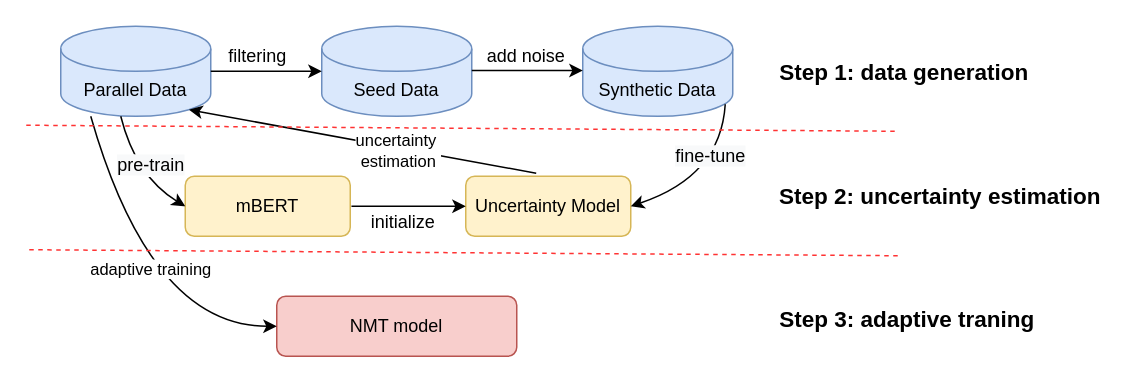
The draw.io diagram uncertaintyNMT.drawio in lizezhonglaile/drawio, before the edit. Source tidied: cells renumbered, new cells numbered last; positions are measured from the earlier drawing's top-left corner, leaving out a move shared by most shapes. Both pictures are drawn from the tidied source at 150%, with x=0, y=0 at pixel (26, 26).
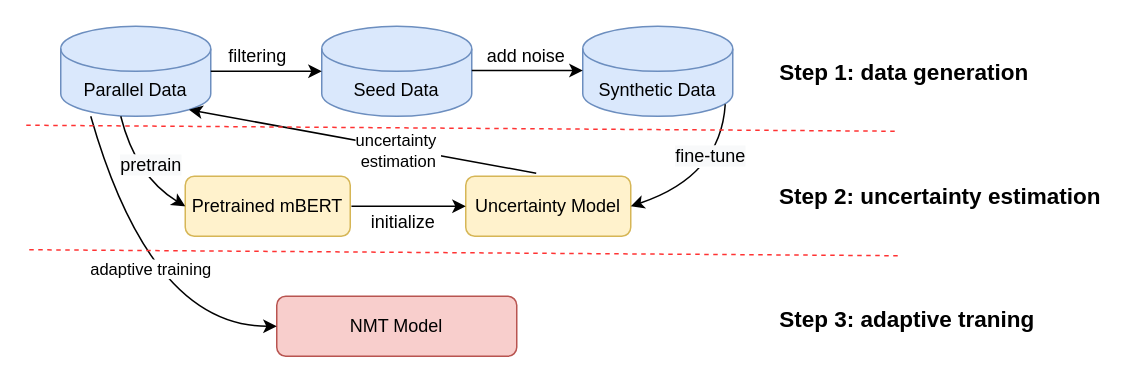
After the change.

Unchanged cells that the change refers to:
```xml
<mxCell id="17" style="curved=1;endArrow=classic;html=1;rounded=0;entryX=0;entryY=0.5;entryDx=0;entryDy=0;" parent="1" edge="1" target="5">
  <mxGeometry relative="1" as="geometry">
    <mxPoint x="63" y="60" as="sourcePoint" />
    <Array as="points">
      <mxPoint x="73" y="100" />
    </Array>
  </mxGeometry>
</mxCell>
```

Change to the diagram source:
```diff
@@
-    <mxCell id="5" value="mBERT" style="rounded=1;whiteSpace=wrap;html=1;fillColor=#fff2cc;strokeColor=#d6b656;" parent="1" vertex="1">
+    <mxCell id="5" value="Pretrained mBERT" style="rounded=1;whiteSpace=wrap;html=1;fillColor=#fff2cc;strokeColor=#d6b656;" parent="1" vertex="1">
       <mxGeometry x="106" y="100" width="110" height="40" as="geometry" />
     </mxCell>
-    <mxCell id="6" value="NMT model" style="rounded=1;whiteSpace=wrap;html=1;fillColor=#f8cecc;strokeColor=#b85450;" parent="1" vertex="1">
+    <mxCell id="6" value="NMT Model" style="rounded=1;whiteSpace=wrap;html=1;fillColor=#f8cecc;strokeColor=#b85450;" parent="1" vertex="1">
       <mxGeometry x="167" y="180" width="160" height="40" as="geometry" />
     </mxCell>
@@
-    <mxCell id="18" value="&lt;span style=&quot;font-size: 12px; background-color: rgb(248, 249, 250);&quot;&gt;pre-train&lt;/span&gt;" style="edgeLabel;html=1;align=center;verticalAlign=middle;" parent="17" vertex="1">
+    <mxCell id="18" value="&lt;span style=&quot;font-size: 12px; background-color: rgb(248, 249, 250);&quot;&gt;pretrain&lt;/span&gt;" style="edgeLabel;html=1;align=center;verticalAlign=middle;" parent="17" vertex="1">
       <mxGeometry x="-0.19" y="4" relative="1" as="geometry">
         <mxPoint x="8" y="2" as="offset" />
       </mxGeometry>
     </mxCell>
```
